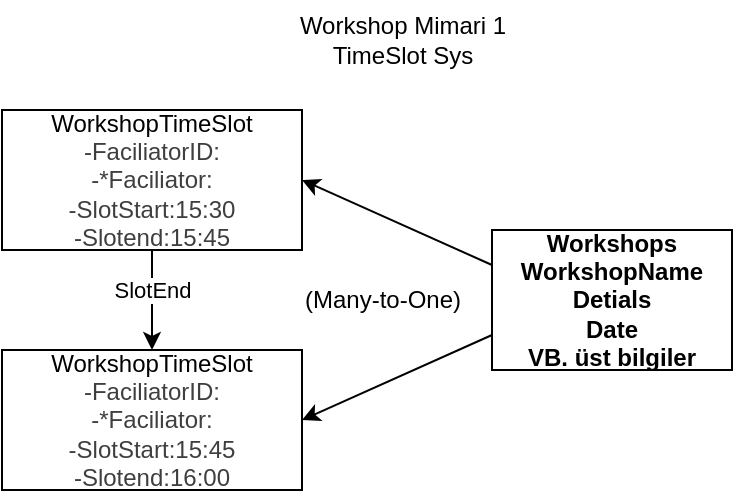
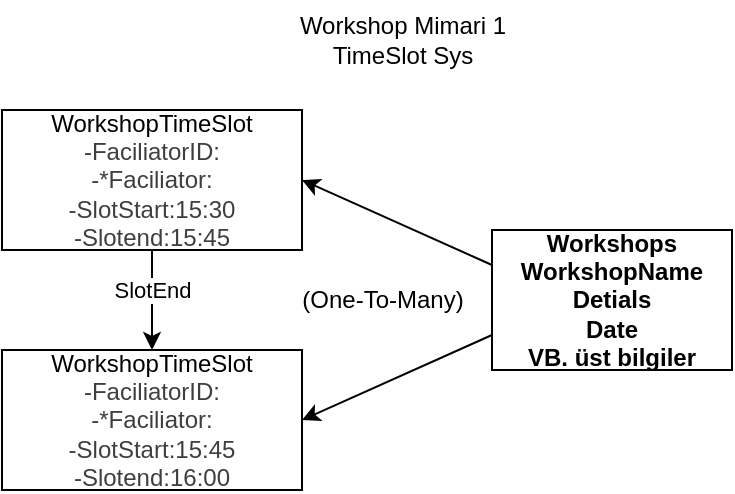
<mxfile host="65bd71144e">
    <diagram id="56TkJr_JiHqY6y3HDy5O" name="Page-1">
-         <mxGraphModel dx="637" dy="340" grid="1" gridSize="10" guides="1" tooltips="1" connect="1" arrows="1" fold="1" page="1" pageScale="1" pageWidth="850" pageHeight="1100" math="0" shadow="0">
+         <mxGraphModel dx="666" dy="355" grid="1" gridSize="10" guides="1" tooltips="1" connect="1" arrows="1" fold="1" page="1" pageScale="1" pageWidth="850" pageHeight="1100" math="0" shadow="0">
            <root>
                <mxCell id="0"/>
                <mxCell id="1" parent="0"/>
-                 <mxCell id="6" style="edgeStyle=none;html=1;entryX=0.5;entryY=0;entryDx=0;entryDy=0;" edge="1" parent="1" source="2" target="5">
+                 <mxCell id="6" style="edgeStyle=none;html=1;entryX=0.5;entryY=0;entryDx=0;entryDy=0;" parent="1" source="2" target="5" edge="1">
                    <mxGeometry relative="1" as="geometry"/>
                </mxCell>
-                 <mxCell id="2" value="WorkshopTimeSlot&lt;div&gt;&lt;span style=&quot;color: rgb(63, 63, 63); background-color: transparent;&quot;&gt;-FaciliatorID:&lt;/span&gt;&lt;/div&gt;&lt;div&gt;&lt;span style=&quot;color: rgb(63, 63, 63); background-color: transparent;&quot;&gt;-&lt;/span&gt;&lt;span style=&quot;color: rgb(63, 63, 63); background-color: transparent;&quot;&gt;*Faciliator:&lt;/span&gt;&lt;/div&gt;&lt;div&gt;&lt;span style=&quot;color: rgb(63, 63, 63); background-color: transparent;&quot;&gt;-SlotStart:15:30&lt;/span&gt;&lt;/div&gt;&lt;div&gt;&lt;span style=&quot;color: rgb(63, 63, 63); background-color: transparent;&quot;&gt;-Slotend:15:45&lt;/span&gt;&lt;/div&gt;" style="rounded=0;whiteSpace=wrap;html=1;" vertex="1" parent="1">
+                 <mxCell id="2" value="WorkshopTimeSlot&lt;div&gt;&lt;span style=&quot;color: rgb(63, 63, 63); background-color: transparent;&quot;&gt;-FaciliatorID:&lt;/span&gt;&lt;/div&gt;&lt;div&gt;&lt;span style=&quot;color: rgb(63, 63, 63); background-color: transparent;&quot;&gt;-&lt;/span&gt;&lt;span style=&quot;color: rgb(63, 63, 63); background-color: transparent;&quot;&gt;*Faciliator:&lt;/span&gt;&lt;/div&gt;&lt;div&gt;&lt;span style=&quot;color: rgb(63, 63, 63); background-color: transparent;&quot;&gt;-SlotStart:15:30&lt;/span&gt;&lt;/div&gt;&lt;div&gt;&lt;span style=&quot;color: rgb(63, 63, 63); background-color: transparent;&quot;&gt;-Slotend:15:45&lt;/span&gt;&lt;/div&gt;" style="rounded=0;whiteSpace=wrap;html=1;" parent="1" vertex="1">
                    <mxGeometry x="185" y="110" width="150" height="70" as="geometry"/>
                </mxCell>
-                 <mxCell id="3" value="Workshop Mimari 1&lt;div&gt;TimeSlot Sys&lt;/div&gt;" style="text;html=1;align=center;verticalAlign=middle;resizable=0;points=[];autosize=1;strokeColor=none;fillColor=none;" vertex="1" parent="1">
+                 <mxCell id="3" value="Workshop Mimari 1&lt;div&gt;TimeSlot Sys&lt;/div&gt;" style="text;html=1;align=center;verticalAlign=middle;resizable=0;points=[];autosize=1;strokeColor=none;fillColor=none;" parent="1" vertex="1">
                    <mxGeometry x="320" y="55" width="130" height="40" as="geometry"/>
                </mxCell>
-                 <mxCell id="5" value="WorkshopTimeSlot&lt;div&gt;&lt;span style=&quot;color: rgb(63, 63, 63); background-color: transparent;&quot;&gt;-FaciliatorID:&lt;/span&gt;&lt;/div&gt;&lt;div&gt;&lt;span style=&quot;color: rgb(63, 63, 63); background-color: transparent;&quot;&gt;-&lt;/span&gt;&lt;span style=&quot;color: rgb(63, 63, 63); background-color: transparent;&quot;&gt;*Faciliator:&lt;/span&gt;&lt;/div&gt;&lt;div&gt;&lt;span style=&quot;color: rgb(63, 63, 63); background-color: transparent;&quot;&gt;-SlotStart:15:45&lt;/span&gt;&lt;/div&gt;&lt;div&gt;&lt;span style=&quot;color: rgb(63, 63, 63); background-color: transparent;&quot;&gt;-Slotend:16:00&lt;/span&gt;&lt;/div&gt;" style="rounded=0;whiteSpace=wrap;html=1;" vertex="1" parent="1">
+                 <mxCell id="5" value="WorkshopTimeSlot&lt;div&gt;&lt;span style=&quot;color: rgb(63, 63, 63); background-color: transparent;&quot;&gt;-FaciliatorID:&lt;/span&gt;&lt;/div&gt;&lt;div&gt;&lt;span style=&quot;color: rgb(63, 63, 63); background-color: transparent;&quot;&gt;-&lt;/span&gt;&lt;span style=&quot;color: rgb(63, 63, 63); background-color: transparent;&quot;&gt;*Faciliator:&lt;/span&gt;&lt;/div&gt;&lt;div&gt;&lt;span style=&quot;color: rgb(63, 63, 63); background-color: transparent;&quot;&gt;-SlotStart:15:45&lt;/span&gt;&lt;/div&gt;&lt;div&gt;&lt;span style=&quot;color: rgb(63, 63, 63); background-color: transparent;&quot;&gt;-Slotend:16:00&lt;/span&gt;&lt;/div&gt;" style="rounded=0;whiteSpace=wrap;html=1;" parent="1" vertex="1">
                    <mxGeometry x="185" y="230" width="150" height="70" as="geometry"/>
                </mxCell>
-                 <mxCell id="14" style="edgeStyle=none;html=1;entryX=1;entryY=0.5;entryDx=0;entryDy=0;exitX=0;exitY=0.25;exitDx=0;exitDy=0;" edge="1" parent="1" source="8" target="2">
+                 <mxCell id="14" style="edgeStyle=none;html=1;entryX=1;entryY=0.5;entryDx=0;entryDy=0;exitX=0;exitY=0.25;exitDx=0;exitDy=0;" parent="1" source="8" target="2" edge="1">
                    <mxGeometry relative="1" as="geometry"/>
                </mxCell>
-                 <mxCell id="17" value="SlotEnd" style="edgeLabel;html=1;align=center;verticalAlign=middle;resizable=0;points=[];" vertex="1" connectable="0" parent="14">
+                 <mxCell id="17" value="SlotEnd" style="edgeLabel;html=1;align=center;verticalAlign=middle;resizable=0;points=[];" parent="14" vertex="1" connectable="0">
                    <mxGeometry x="0.0647" y="1" relative="1" as="geometry">
                        <mxPoint x="-119" y="34" as="offset"/>
                    </mxGeometry>
                </mxCell>
-                 <mxCell id="8" value="Workshops&lt;div&gt;WorkshopName&lt;/div&gt;&lt;div&gt;Detials&lt;/div&gt;&lt;div&gt;Date&lt;/div&gt;&lt;div&gt;VB. üst bilgiler&lt;/div&gt;" style="rounded=0;whiteSpace=wrap;html=1;fontStyle=1" vertex="1" parent="1">
+                 <mxCell id="8" value="Workshops&lt;div&gt;WorkshopName&lt;/div&gt;&lt;div&gt;Detials&lt;/div&gt;&lt;div&gt;Date&lt;/div&gt;&lt;div&gt;VB. üst bilgiler&lt;/div&gt;" style="rounded=0;whiteSpace=wrap;html=1;fontStyle=1" parent="1" vertex="1">
                    <mxGeometry x="430" y="170" width="120" height="70" as="geometry"/>
                </mxCell>
-                 <mxCell id="15" style="edgeStyle=none;html=1;entryX=1;entryY=0.5;entryDx=0;entryDy=0;exitX=0;exitY=0.75;exitDx=0;exitDy=0;" edge="1" parent="1" source="8" target="5">
+                 <mxCell id="15" style="edgeStyle=none;html=1;entryX=1;entryY=0.5;entryDx=0;entryDy=0;exitX=0;exitY=0.75;exitDx=0;exitDy=0;" parent="1" source="8" target="5" edge="1">
                    <mxGeometry relative="1" as="geometry">
                        <mxPoint x="425" y="265" as="sourcePoint"/>
                    </mxGeometry>
                </mxCell>
-                 <mxCell id="19" value="(Many-to-One)" style="text;html=1;align=center;verticalAlign=middle;resizable=0;points=[];autosize=1;strokeColor=none;fillColor=none;" vertex="1" parent="1">
+                 <mxCell id="19" value="(One-To-Many)" style="text;html=1;align=center;verticalAlign=middle;resizable=0;points=[];autosize=1;strokeColor=none;fillColor=none;" parent="1" vertex="1">
                    <mxGeometry x="325" y="190" width="100" height="30" as="geometry"/>
                </mxCell>
            </root>
        </mxGraphModel>
    </diagram>
</mxfile>